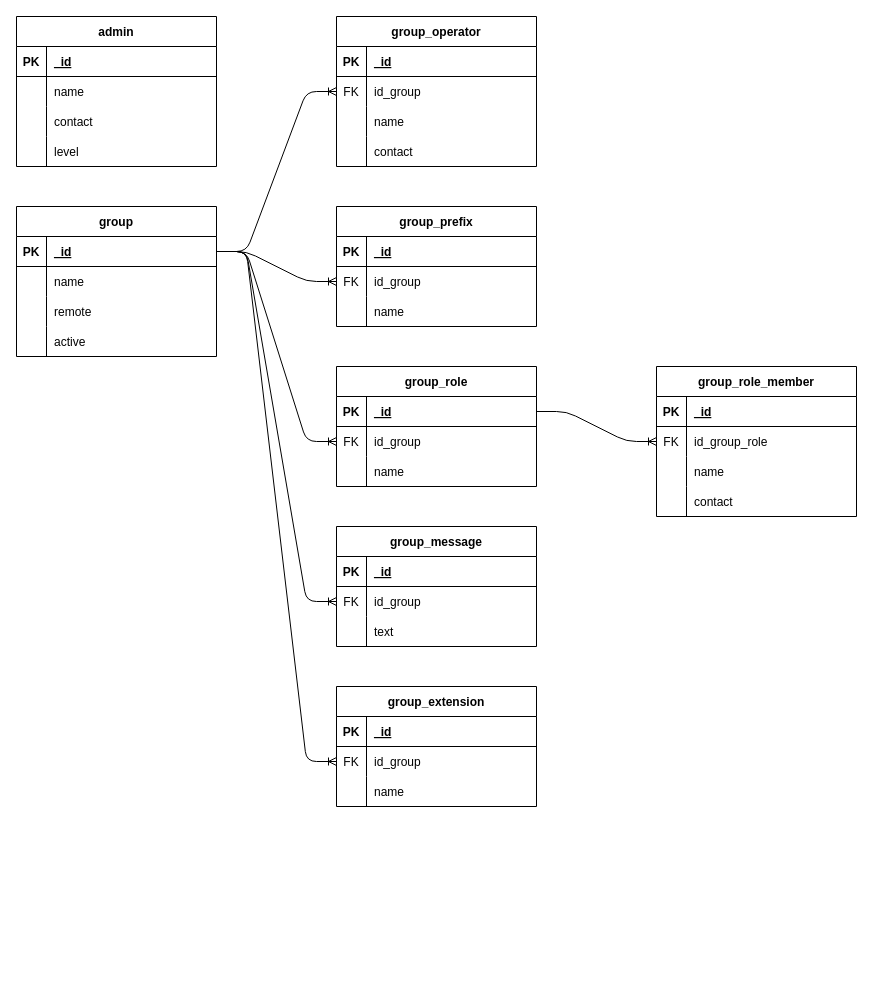
Earlier version of the draw.io diagram diagram/erd.drawio (NotHydra/whatsapp-bot). Source tidied: cells renumbered, new cells numbered last; positions are measured from the earlier drawing's top-left corner, leaving out a move shared by most shapes. Both pictures are drawn from the tidied source at 100%, with x=0, y=0 at pixel (16, 16).
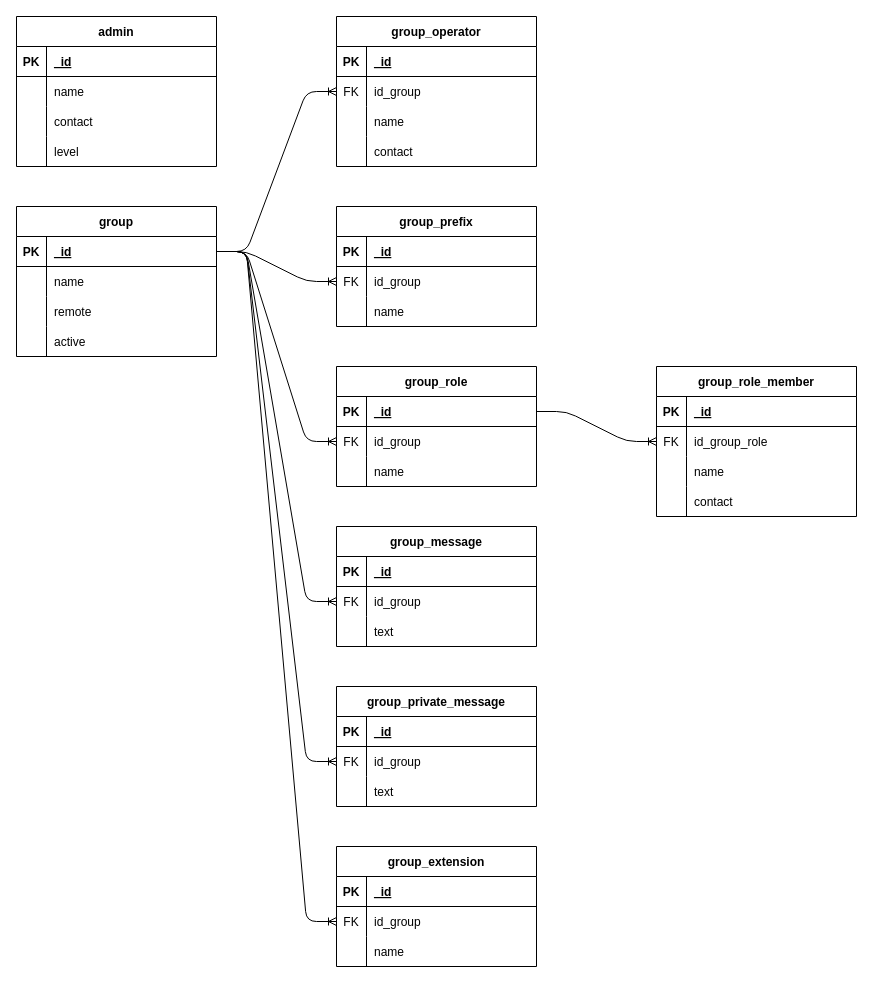
The same page after the edit.

Commit message (it also covers changes not shown here):
feat: group private message

The change refers to these unchanged cells:
```xml
<mxCell id="16" style="shape=tableRow;horizontal=0;startSize=0;swimlaneHead=0;swimlaneBody=0;fillColor=none;points=[[0,0.5],[1,0.5]];portConstraint=eastwest;top=0;left=0;right=0;bottom=1;" parent="15" vertex="1">
  <mxGeometry y="30" width="200" height="30" as="geometry" />
</mxCell>
```

Diff of the diagram source:
```diff
@@
     <mxCell id="71" value="group_extension" style="shape=table;startSize=30;childLayout=tableLayout;rowLines=0;fontStyle=1;align=center;" parent="1" vertex="1">
-      <mxGeometry x="320" y="670" width="200" height="120" as="geometry" />
+      <mxGeometry x="320" y="830" width="200" height="120" as="geometry" />
     </mxCell>
@@
+    <mxCell id="100" value="group_private_message" style="shape=table;startSize=30;childLayout=tableLayout;rowLines=0;fontStyle=1;align=center;" parent="1" vertex="1">
+      <mxGeometry x="320" y="670" width="200" height="120" as="geometry" />
+    </mxCell>
+    <mxCell id="101" style="shape=tableRow;horizontal=0;startSize=0;swimlaneHead=0;swimlaneBody=0;fillColor=none;top=0;left=0;right=0;bottom=1;" parent="100" vertex="1">
+      <mxGeometry y="30" width="200" height="30" as="geometry" />
+    </mxCell>
+    <mxCell id="102" value="PK" style="shape=partialRectangle;fillColor=none;top=0;left=0;bottom=0;right=0;fontStyle=1;overflow=hidden;" parent="101" vertex="1">
+      <mxGeometry width="30" height="30" as="geometry" />
+    </mxCell>
+    <mxCell id="103" value="_id" style="shape=partialRectangle;fillColor=none;top=0;left=0;bottom=0;right=0;align=left;spacingLeft=6;fontStyle=5;overflow=hidden;" parent="101" vertex="1">
+      <mxGeometry x="30" width="170" height="30" as="geometry" />
+    </mxCell>
+    <mxCell id="104" style="shape=tableRow;horizontal=0;startSize=0;swimlaneHead=0;swimlaneBody=0;fillColor=none;points=[[0,0.5],[1,0.5]];portConstraint=eastwest;top=0;left=0;right=0;bottom=0;" parent="100" vertex="1">
+      <mxGeometry y="60" width="200" height="30" as="geometry" />
+    </mxCell>
+    <mxCell id="105" value="FK" style="shape=partialRectangle;fillColor=none;top=0;left=0;bottom=0;right=0;overflow=hidden;" parent="104" vertex="1">
+      <mxGeometry width="30" height="30" as="geometry" />
+    </mxCell>
+    <mxCell id="106" value="id_group" style="shape=partialRectangle;fillColor=none;top=0;left=0;bottom=0;right=0;align=left;spacingLeft=6;overflow=hidden;" parent="104" vertex="1">
+      <mxGeometry x="30" width="170" height="30" as="geometry" />
+    </mxCell>
+    <mxCell id="107" style="shape=tableRow;horizontal=0;startSize=0;swimlaneHead=0;swimlaneBody=0;fillColor=none;top=0;left=0;right=0;bottom=0;" parent="100" vertex="1">
+      <mxGeometry y="90" width="200" height="30" as="geometry" />
+    </mxCell>
+    <mxCell id="108" style="shape=partialRectangle;fillColor=none;top=0;left=0;bottom=0;right=0;overflow=hidden;" parent="107" vertex="1">
+      <mxGeometry width="30" height="30" as="geometry" />
+    </mxCell>
+    <mxCell id="109" value="text" style="shape=partialRectangle;fillColor=none;top=0;left=0;bottom=0;right=0;align=left;spacingLeft=6;overflow=hidden;" parent="107" vertex="1">
+      <mxGeometry x="30" width="170" height="30" as="geometry" />
+    </mxCell>
+    <mxCell id="110" style="edgeStyle=entityRelationEdgeStyle;fontSize=12;html=1;endArrow=ERoneToMany;exitX=1;exitY=0.5;exitDx=0;exitDy=0;entryX=0;entryY=0.5;entryDx=0;entryDy=0;" parent="1" edge="1" source="16" target="104">
+      <mxGeometry relative="1" as="geometry" />
+    </mxCell>
```
